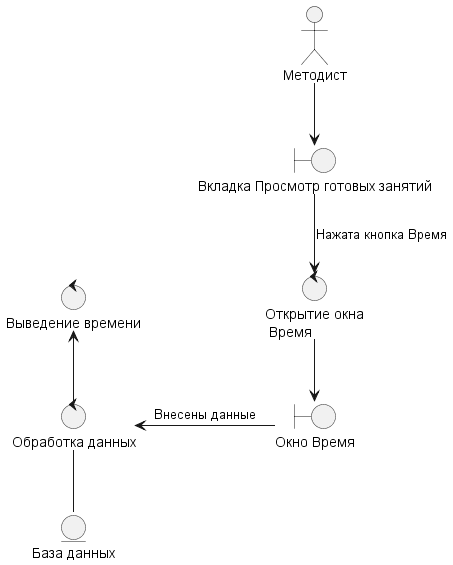
Earlier version of the PlantUML export UML/out/Prigodnosty/PrVivedenieVremeniMethodist/PrVivedenieVremeniMethodist.wsd.png (Undetaker45/MDKP).
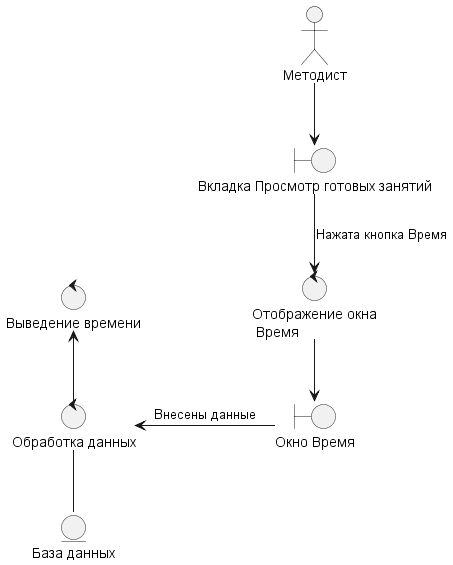
After the change.

Change to the diagram source:
```diff
@@ -2,7 +2,7 @@
 
 actor "Методист" as pl
 
-control "Открытие окна\n Время" as co
+control "Отображение окна\n Время" as co
 control "Обработка данных" as co2
 control "Выведение времени" as co3
 
```
